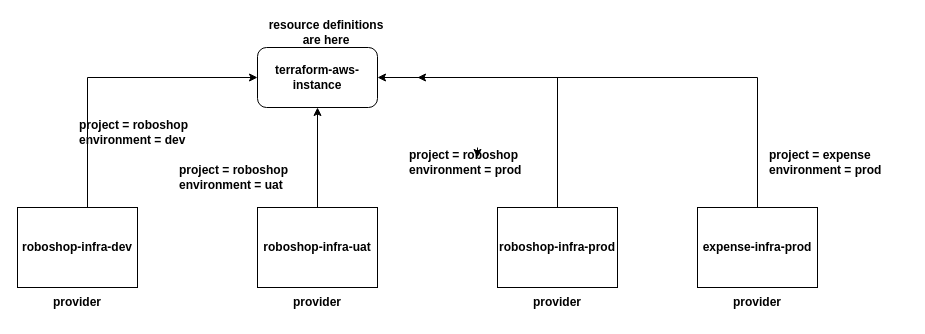
The draw.io diagram tf-modules.drawio in daws-92s/diagrams, before the edit. Source tidied: cells renumbered, new cells numbered last; positions are measured from the earlier drawing's top-left corner, leaving out a move shared by most shapes. Both pictures are drawn from the tidied source at 100%, with x=0, y=0 at pixel (17, 17).
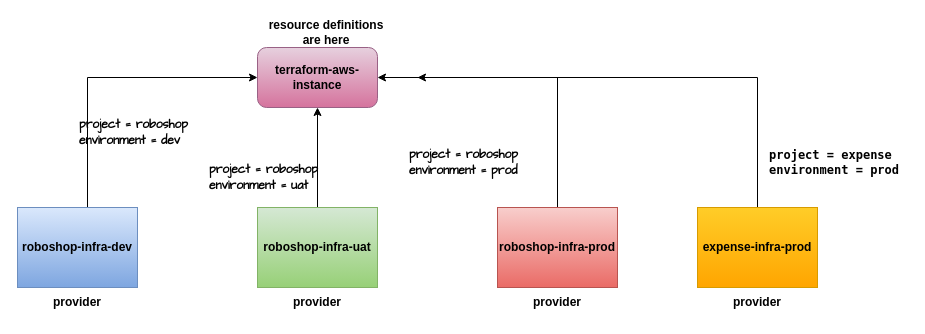
Above is the later version.

The edit, as a diff of the source:
```diff
@@
-    <mxCell id="3" value="&lt;b&gt;roboshop-infra-dev&lt;/b&gt;" style="rounded=0;whiteSpace=wrap;html=1;" parent="1" vertex="1">
+    <mxCell id="3" value="&lt;b&gt;roboshop-infra-dev&lt;/b&gt;" style="rounded=0;whiteSpace=wrap;html=1;fillColor=#dae8fc;gradientColor=#7ea6e0;strokeColor=#6c8ebf;" parent="1" vertex="1">
       <mxGeometry y="190" width="120" height="80" as="geometry" />
     </mxCell>
@@
-    <mxCell id="5" value="&lt;b&gt;roboshop-infra-uat&lt;/b&gt;" style="rounded=0;whiteSpace=wrap;html=1;" parent="1" vertex="1">
+    <mxCell id="5" value="&lt;b&gt;roboshop-infra-uat&lt;/b&gt;" style="rounded=0;whiteSpace=wrap;html=1;fillColor=#d5e8d4;gradientColor=#97d077;strokeColor=#82b366;" parent="1" vertex="1">
       <mxGeometry x="240" y="190" width="120" height="80" as="geometry" />
     </mxCell>
@@
-    <mxCell id="7" value="&lt;b&gt;roboshop-infra-prod&lt;/b&gt;" style="rounded=0;whiteSpace=wrap;html=1;" parent="1" vertex="1">
+    <mxCell id="7" value="&lt;b&gt;roboshop-infra-prod&lt;/b&gt;" style="rounded=0;whiteSpace=wrap;html=1;fillColor=#f8cecc;gradientColor=#ea6b66;strokeColor=#b85450;" parent="1" vertex="1">
       <mxGeometry x="480" y="190" width="120" height="80" as="geometry" />
     </mxCell>
-    <mxCell id="8" value="&lt;b&gt;terraform-aws-instance&lt;/b&gt;" style="rounded=1;whiteSpace=wrap;html=1;roundedPerimeter=1;" parent="1" vertex="1">
+    <mxCell id="8" value="&lt;b&gt;terraform-aws-instance&lt;/b&gt;" style="rounded=1;whiteSpace=wrap;html=1;roundedPerimeter=1;fillColor=#e6d0de;gradientColor=#d5739d;strokeColor=#996185;" parent="1" vertex="1">
       <mxGeometry x="240" y="30" width="120" height="60" as="geometry" />
     </mxCell>
-    <mxCell id="9" value="&lt;b&gt;project = roboshop&lt;/b&gt;&lt;div&gt;&lt;b&gt;environment = dev&lt;/b&gt;&lt;/div&gt;" style="text;html=1;whiteSpace=wrap;strokeColor=none;fillColor=none;align=left;verticalAlign=middle;rounded=0;" parent="1" vertex="1">
+    <mxCell id="9" value="&lt;b&gt;&lt;font face=&quot;Comic Sans MS&quot;&gt;project = roboshop&lt;/font&gt;&lt;/b&gt;&lt;div&gt;&lt;b&gt;&lt;font face=&quot;Comic Sans MS&quot;&gt;environment = dev&lt;/font&gt;&lt;/b&gt;&lt;/div&gt;" style="text;html=1;whiteSpace=wrap;strokeColor=none;fillColor=none;align=left;verticalAlign=middle;rounded=0;" parent="1" vertex="1">
       <mxGeometry x="60" y="100" width="140" height="30" as="geometry" />
     </mxCell>
-    <mxCell id="10" value="&lt;b&gt;project = roboshop&lt;/b&gt;&lt;div&gt;&lt;b&gt;environment = uat&lt;/b&gt;&lt;/div&gt;" style="text;html=1;whiteSpace=wrap;strokeColor=none;fillColor=none;align=left;verticalAlign=middle;rounded=0;" parent="1" vertex="1">
-      <mxGeometry x="160" y="145" width="140" height="30" as="geometry" />
+    <mxCell id="10" value="&lt;b&gt;&lt;font face=&quot;Comic Sans MS&quot;&gt;project = roboshop&lt;/font&gt;&lt;/b&gt;&lt;div&gt;&lt;b&gt;&lt;font face=&quot;Comic Sans MS&quot;&gt;environment = uat&lt;/font&gt;&lt;/b&gt;&lt;/div&gt;" style="text;html=1;whiteSpace=wrap;strokeColor=none;fillColor=none;align=left;verticalAlign=middle;rounded=0;" parent="1" vertex="1">
+      <mxGeometry x="190" y="145" width="140" height="30" as="geometry" />
     </mxCell>
-    <mxCell id="11" value="&lt;b&gt;project = roboshop&lt;/b&gt;&lt;div&gt;&lt;b&gt;environment = prod&lt;/b&gt;&lt;/div&gt;" style="text;html=1;whiteSpace=wrap;strokeColor=none;fillColor=none;align=left;verticalAlign=middle;rounded=0;" parent="1" vertex="1">
+    <mxCell id="11" value="&lt;b&gt;&lt;font face=&quot;Comic Sans MS&quot;&gt;project = roboshop&lt;/font&gt;&lt;/b&gt;&lt;div&gt;&lt;b&gt;&lt;font face=&quot;Comic Sans MS&quot;&gt;environment = prod&lt;/font&gt;&lt;/b&gt;&lt;/div&gt;" style="text;html=1;whiteSpace=wrap;strokeColor=none;fillColor=none;align=left;verticalAlign=middle;rounded=0;" parent="1" vertex="1">
       <mxGeometry x="390" y="130" width="140" height="30" as="geometry" />
     </mxCell>
@@
-    <mxCell id="14" value="&lt;b&gt;expense-infra-prod&lt;/b&gt;" style="rounded=0;whiteSpace=wrap;html=1;" parent="1" vertex="1">
+    <mxCell id="14" value="&lt;b&gt;expense-infra-prod&lt;/b&gt;" style="rounded=0;whiteSpace=wrap;html=1;fillColor=#ffcd28;gradientColor=#ffa500;strokeColor=#d79b00;" parent="1" vertex="1">
       <mxGeometry x="680" y="190" width="120" height="80" as="geometry" />
     </mxCell>
-    <mxCell id="15" style="edgeStyle=orthogonalEdgeStyle;rounded=0;orthogonalLoop=1;jettySize=auto;html=1;innerLoopWaypoints=1;exitX=0.5;exitY=0;exitDx=0;exitDy=0;entryX=0.5;entryY=0.333;entryDx=0;entryDy=0;entryPerimeter=0;defaultLabelBackgroundColor=page;labelPadding=0 4;" parent="1" edge="1" source="11" target="11">
-      <mxGeometry relative="1" as="geometry" />
-    </mxCell>
-    <mxCell id="16" value="&lt;b&gt;project = expense&lt;/b&gt;&lt;div&gt;&lt;b&gt;environment = prod&lt;/b&gt;&lt;/div&gt;" style="text;html=1;whiteSpace=wrap;strokeColor=none;fillColor=none;align=left;verticalAlign=middle;rounded=0;" parent="1" vertex="1">
+    <mxCell id="16" value="&lt;b&gt;&lt;font face=&quot;Lucida Console&quot;&gt;project = expense&lt;/font&gt;&lt;/b&gt;&lt;div&gt;&lt;b&gt;&lt;font face=&quot;Lucida Console&quot;&gt;environment = prod&lt;/font&gt;&lt;/b&gt;&lt;/div&gt;" style="text;html=1;whiteSpace=wrap;strokeColor=none;fillColor=none;align=left;verticalAlign=middle;rounded=0;" parent="1" vertex="1">
       <mxGeometry x="750" y="130" width="140" height="30" as="geometry" />
     </mxCell>
```
